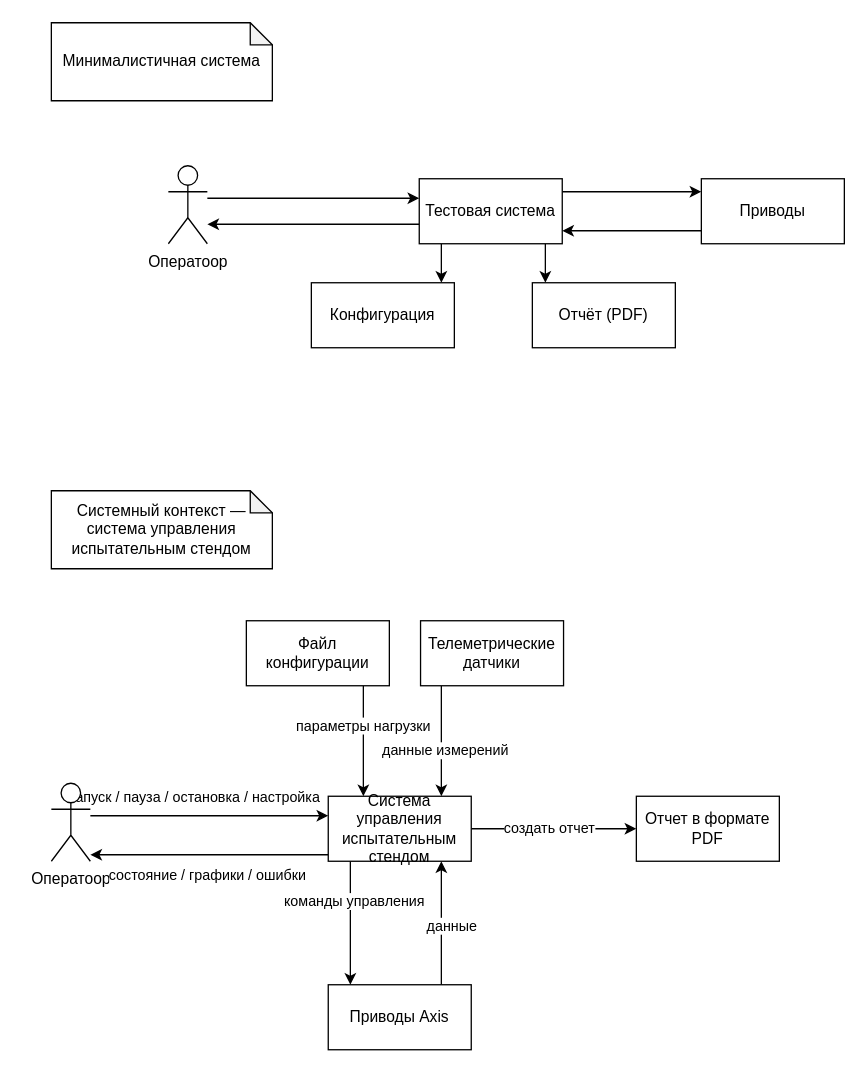
Before: page "System Context" (1 of 3) of docs/black-box-diagrams/black-box-specifications.drawio in TarkWight/uas-test-system, a draw.io diagram. Source tidied: cells renumbered, new cells numbered last; positions are measured from the earlier drawing's top-left corner, leaving out a move shared by most shapes. Both pictures are drawn from the tidied source at 130%, with x=0, y=0 at pixel (51, 22).
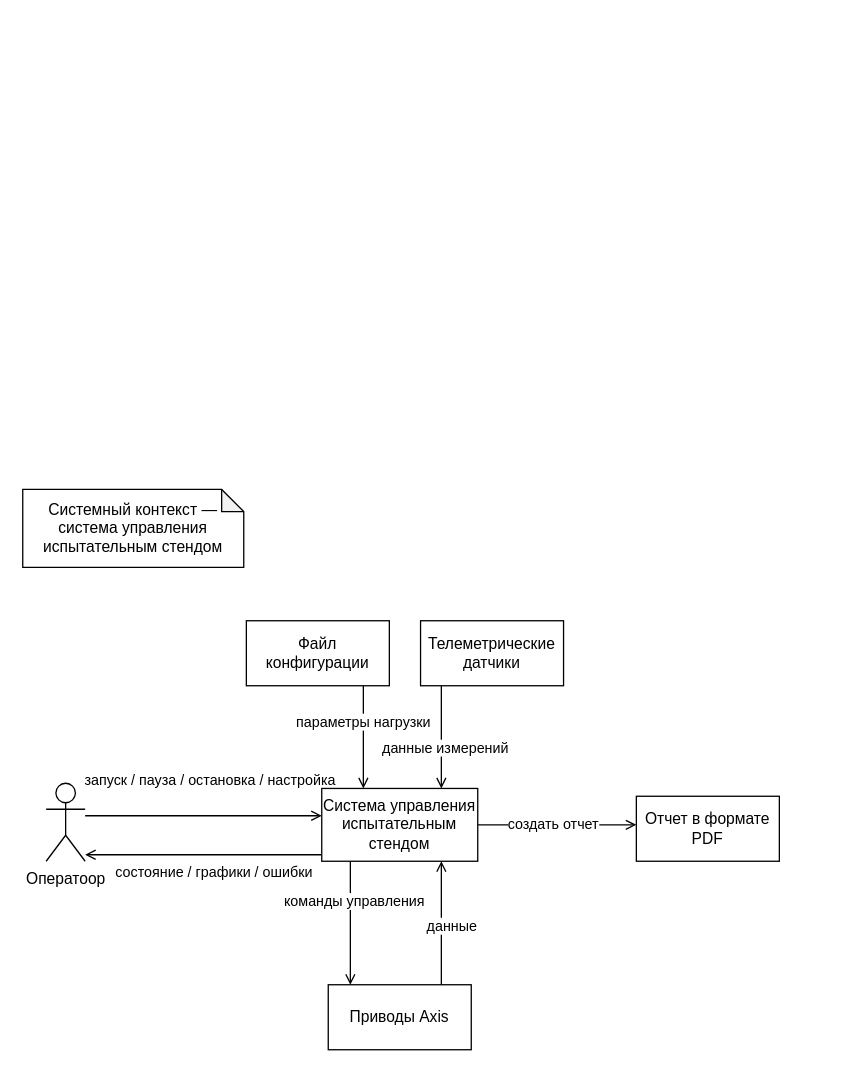
After the change.

The change refers to these unchanged cells:
```xml
<mxCell id="24" value="Отчет в формате PDF" style="html=1;whiteSpace=wrap;" parent="1" vertex="1">
  <mxGeometry x="450" y="595" width="110" height="50" as="geometry" />
</mxCell>
<mxCell id="27" value="Приводы Axis" style="html=1;whiteSpace=wrap;" parent="1" vertex="1">
  <mxGeometry x="213" y="740" width="110" height="50" as="geometry" />
</mxCell>
<mxCell id="30" value="Телеметрические датчики" style="html=1;whiteSpace=wrap;" parent="1" vertex="1">
  <mxGeometry x="284" y="460" width="110" height="50" as="geometry" />
</mxCell>
<mxCell id="34" value="Файл конфигурации" style="html=1;whiteSpace=wrap;" parent="1" vertex="1">
  <mxGeometry x="150" y="460" width="110" height="50" as="geometry" />
</mxCell>
```

Change to the diagram source:
```diff
@@
-    <mxCell id="2" style="edgeStyle=orthogonalEdgeStyle;rounded=0;jettySize=auto;html=1;" parent="1" edge="1" target="8">
-      <mxGeometry relative="1" as="geometry">
-        <mxPoint x="120" y="135" as="sourcePoint" />
-        <Array as="points">
-          <mxPoint x="210" y="135" />
-          <mxPoint x="210" y="135" />
-        </Array>
-      </mxGeometry>
-    </mxCell>
-    <mxCell id="3" value="Оператоор" style="shape=umlActor;verticalLabelPosition=bottom;verticalAlign=top;html=1;" parent="1" vertex="1">
-      <mxGeometry x="90" y="110" width="30" height="60" as="geometry" />
-    </mxCell>
-    <mxCell id="4" style="edgeStyle=orthogonalEdgeStyle;rounded=0;jettySize=auto;html=1;" parent="1" edge="1" source="8">
-      <mxGeometry relative="1" as="geometry">
-        <mxPoint x="120" y="155" as="targetPoint" />
-        <Array as="points">
-          <mxPoint x="200" y="155" />
-          <mxPoint x="200" y="155" />
-        </Array>
-      </mxGeometry>
-    </mxCell>
-    <mxCell id="5" style="edgeStyle=orthogonalEdgeStyle;rounded=0;jettySize=auto;html=1;" parent="1" edge="1" source="8" target="9">
-      <mxGeometry relative="1" as="geometry">
-        <Array as="points">
-          <mxPoint x="380" y="180" />
-          <mxPoint x="380" y="180" />
-        </Array>
-      </mxGeometry>
-    </mxCell>
-    <mxCell id="6" style="edgeStyle=orthogonalEdgeStyle;rounded=0;jettySize=auto;html=1;" parent="1" edge="1" source="8" target="11">
-      <mxGeometry relative="1" as="geometry">
-        <Array as="points">
-          <mxPoint x="450" y="130" />
-          <mxPoint x="450" y="130" />
-        </Array>
-      </mxGeometry>
-    </mxCell>
-    <mxCell id="7" style="edgeStyle=orthogonalEdgeStyle;rounded=0;jettySize=auto;html=1;" parent="1" edge="1" source="8" target="12">
-      <mxGeometry relative="1" as="geometry">
-        <Array as="points">
-          <mxPoint x="300" y="180" />
-          <mxPoint x="300" y="180" />
-        </Array>
-      </mxGeometry>
-    </mxCell>
-    <mxCell id="8" value="Тестовая система" style="html=1;whiteSpace=wrap;" parent="1" vertex="1">
-      <mxGeometry x="283" y="120" width="110" height="50" as="geometry" />
-    </mxCell>
-    <mxCell id="9" value="Отчёт (PDF)" style="html=1;whiteSpace=wrap;" parent="1" vertex="1">
-      <mxGeometry x="370" y="200" width="110" height="50" as="geometry" />
-    </mxCell>
-    <mxCell id="10" style="edgeStyle=orthogonalEdgeStyle;rounded=0;jettySize=auto;html=1;" parent="1" edge="1" source="11" target="8">
-      <mxGeometry relative="1" as="geometry">
-        <Array as="points">
-          <mxPoint x="450" y="160" />
-          <mxPoint x="450" y="160" />
-        </Array>
-      </mxGeometry>
-    </mxCell>
-    <mxCell id="11" value="Приводы" style="html=1;whiteSpace=wrap;" parent="1" vertex="1">
-      <mxGeometry x="500" y="120" width="110" height="50" as="geometry" />
-    </mxCell>
-    <mxCell id="12" value="Конфигурация" style="html=1;whiteSpace=wrap;" parent="1" vertex="1">
-      <mxGeometry x="200" y="200" width="110" height="50" as="geometry" />
-    </mxCell>
-    <mxCell id="13" value="Минималистичная система" style="shape=note;whiteSpace=wrap;html=1;backgroundOutline=1;darkOpacity=0.05;size=17;" parent="1" vertex="1">
-      <mxGeometry width="170" height="60" as="geometry" />
-    </mxCell>
-    <mxCell id="14" style="edgeStyle=orthogonalEdgeStyle;rounded=0;jettySize=auto;html=1;" parent="1" edge="1" source="16" target="23">
+    <mxCell id="14" style="edgeStyle=orthogonalEdgeStyle;rounded=0;jettySize=auto;html=1;endArrow=open;endFill=0;" parent="1" edge="1" source="16" target="23">
       <mxGeometry relative="1" as="geometry">
         <Array as="points">
           <mxPoint x="70" y="610" />
           <mxPoint x="70" y="610" />
         </Array>
       </mxGeometry>
     </mxCell>
-    <mxCell id="15" value="запуск / пауза / остановка / настройка" style="edgeLabel;align=center;verticalAlign=middle;imageAspect=1;absoluteArcSize=0;noLabel=0;html=1;convertToSvg=0;" parent="14" vertex="1">
+    <mxCell id="15" value="запуск / пауза / остановка / настройка" style="edgeLabel;align=center;verticalAlign=middle;imageAspect=1;absoluteArcSize=0;noLabel=0;convertToSvg=0;labelBackgroundColor=none;html=1;" parent="14" vertex="1">
       <mxGeometry x="-0.1" y="1" relative="1" as="geometry">
-        <mxPoint x="-3" y="-14" as="offset" />
+        <mxPoint x="13" y="-27" as="offset" />
       </mxGeometry>
     </mxCell>
     <mxCell id="16" value="Оператоор" style="shape=umlActor;verticalLabelPosition=bottom;verticalAlign=top;html=1;" parent="1" vertex="1">
-      <mxGeometry y="585" width="30" height="60" as="geometry" />
+      <mxGeometry x="-4" y="585" width="30" height="60" as="geometry" />
     </mxCell>
-    <mxCell id="17" style="edgeStyle=orthogonalEdgeStyle;rounded=0;jettySize=auto;html=1;" parent="1" edge="1" source="23" target="16">
+    <mxCell id="17" style="edgeStyle=orthogonalEdgeStyle;rounded=0;jettySize=auto;html=1;endArrow=open;endFill=0;" parent="1" edge="1" source="23" target="16">
       <mxGeometry relative="1" as="geometry">
         <Array as="points">
           <mxPoint x="70" y="640" />
           <mxPoint x="70" y="640" />
         </Array>
       </mxGeometry>
     </mxCell>
-    <mxCell id="18" value="состояние / графики / ошибки" style="edgeLabel;html=1;align=center;verticalAlign=middle;" parent="17" vertex="1">
+    <mxCell id="18" value="состояние / графики / ошибки" style="edgeLabel;align=center;verticalAlign=middle;html=1;labelBackgroundColor=none;" parent="17" vertex="1">
       <mxGeometry x="0.08" relative="1" as="geometry">
-        <mxPoint x="5" y="15" as="offset" />
+        <mxPoint x="14" y="13" as="offset" />
       </mxGeometry>
     </mxCell>
-    <mxCell id="19" style="edgeStyle=orthogonalEdgeStyle;rounded=0;jettySize=auto;html=1;" parent="1" edge="1" source="23" target="24">
+    <mxCell id="19" style="edgeStyle=orthogonalEdgeStyle;rounded=0;jettySize=auto;html=1;endArrow=open;endFill=0;" parent="1" edge="1" source="23" target="24">
       <mxGeometry relative="1" as="geometry">
         <Array as="points">
           <mxPoint x="310" y="620" />
         </Array>
       </mxGeometry>
     </mxCell>
@@
-    <mxCell id="21" style="edgeStyle=orthogonalEdgeStyle;rounded=0;jettySize=auto;html=1;" parent="1" edge="1" source="23" target="27">
+    <mxCell id="21" style="edgeStyle=orthogonalEdgeStyle;rounded=0;jettySize=auto;html=1;endArrow=open;endFill=0;" parent="1" edge="1" source="23" target="27">
       <mxGeometry relative="1" as="geometry">
         <Array as="points">
           <mxPoint x="230" y="700" />
           <mxPoint x="230" y="700" />
         </Array>
       </mxGeometry>
     </mxCell>
@@
     <mxCell id="23" value="Система управления испытательным стендом" style="html=1;whiteSpace=wrap;" parent="1" vertex="1">
-      <mxGeometry x="213" y="595" width="110" height="50" as="geometry" />
+      <mxGeometry x="208" y="589" width="120" height="56" as="geometry" />
     </mxCell>
@@
-    <mxCell id="25" style="edgeStyle=orthogonalEdgeStyle;rounded=0;jettySize=auto;html=1;" parent="1" edge="1" source="27" target="23">
+    <mxCell id="25" style="edgeStyle=orthogonalEdgeStyle;rounded=0;jettySize=auto;html=1;endArrow=open;endFill=0;" parent="1" edge="1" source="27" target="23">
       <mxGeometry relative="1" as="geometry">
         <Array as="points">
           <mxPoint x="300" y="700" />
           <mxPoint x="300" y="700" />
         </Array>
       </mxGeometry>
     </mxCell>
@@
-    <mxCell id="28" style="edgeStyle=orthogonalEdgeStyle;rounded=0;jettySize=auto;html=1;" parent="1" edge="1" source="30" target="23">
+    <mxCell id="28" style="edgeStyle=orthogonalEdgeStyle;rounded=0;jettySize=auto;html=1;endArrow=open;endFill=0;" parent="1" edge="1" source="30" target="23">
       <mxGeometry relative="1" as="geometry">
         <Array as="points">
           <mxPoint x="300" y="570" />
           <mxPoint x="300" y="570" />
         </Array>
       </mxGeometry>
     </mxCell>
@@
     <mxCell id="31" value="Системный контекст — система управления испытательным стендом" style="shape=note;whiteSpace=wrap;html=1;backgroundOutline=1;darkOpacity=0.05;size=17;" parent="1" vertex="1">
-      <mxGeometry y="360" width="170" height="60" as="geometry" />
+      <mxGeometry x="-22" y="359" width="170" height="60" as="geometry" />
     </mxCell>
-    <mxCell id="32" style="edgeStyle=orthogonalEdgeStyle;rounded=0;jettySize=auto;html=1;" parent="1" edge="1" source="34" target="23">
+    <mxCell id="32" style="edgeStyle=orthogonalEdgeStyle;rounded=0;jettySize=auto;html=1;endArrow=open;endFill=0;" parent="1" edge="1" source="34" target="23">
       <mxGeometry relative="1" as="geometry">
         <Array as="points">
           <mxPoint x="240" y="530" />
           <mxPoint x="240" y="530" />
         </Array>
       </mxGeometry>
     </mxCell>
```
